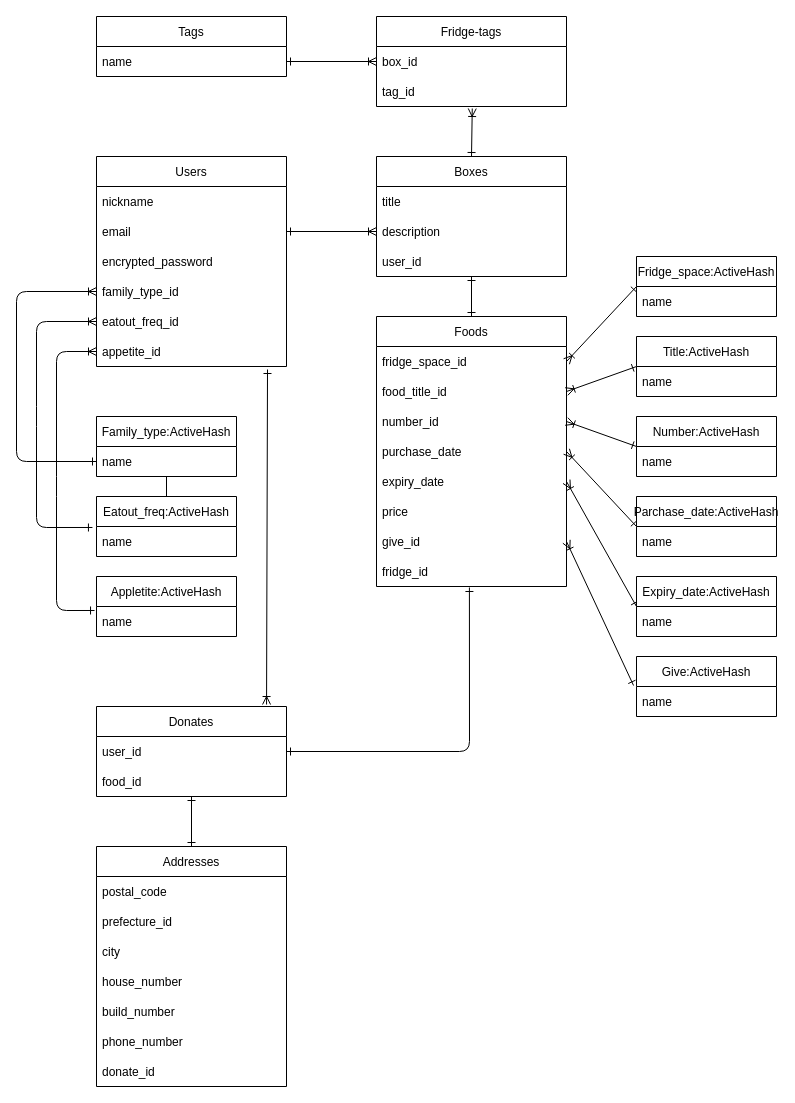
Before: ER.dio in izureco/fridge, a draw.io diagram. Source tidied: cells renumbered, new cells numbered last; positions are measured from the earlier drawing's top-left corner, leaving out a move shared by most shapes. Both pictures are drawn from the tidied source at 100%, with x=0, y=0 at pixel (16, 16).
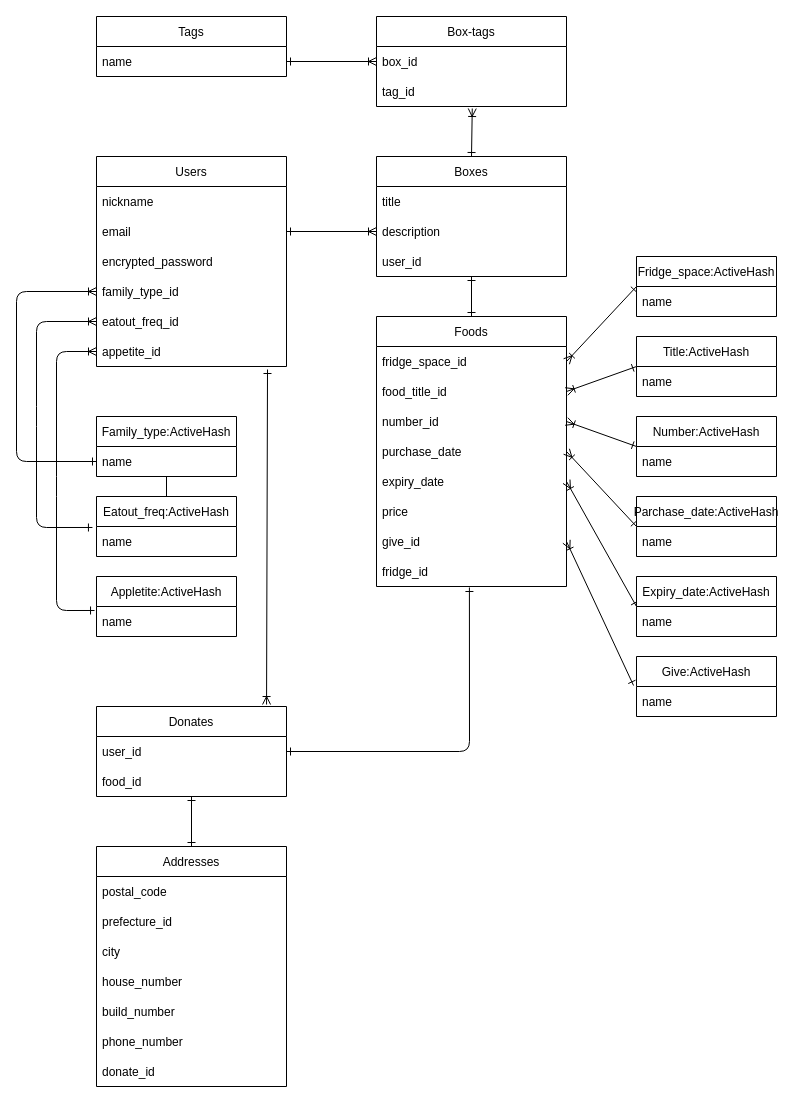
The same diagram, later.

The edit, as a diff of the source:
```diff
@@
-    <mxCell id="39" value="Fridge-tags" style="swimlane;fontStyle=0;horizontal=1;startSize=30;" parent="1" vertex="1">
+    <mxCell id="39" value="Box-tags" style="swimlane;fontStyle=0;horizontal=1;startSize=30;" parent="1" vertex="1">
       <mxGeometry x="360" width="190" height="90" as="geometry" />
     </mxCell>
```
